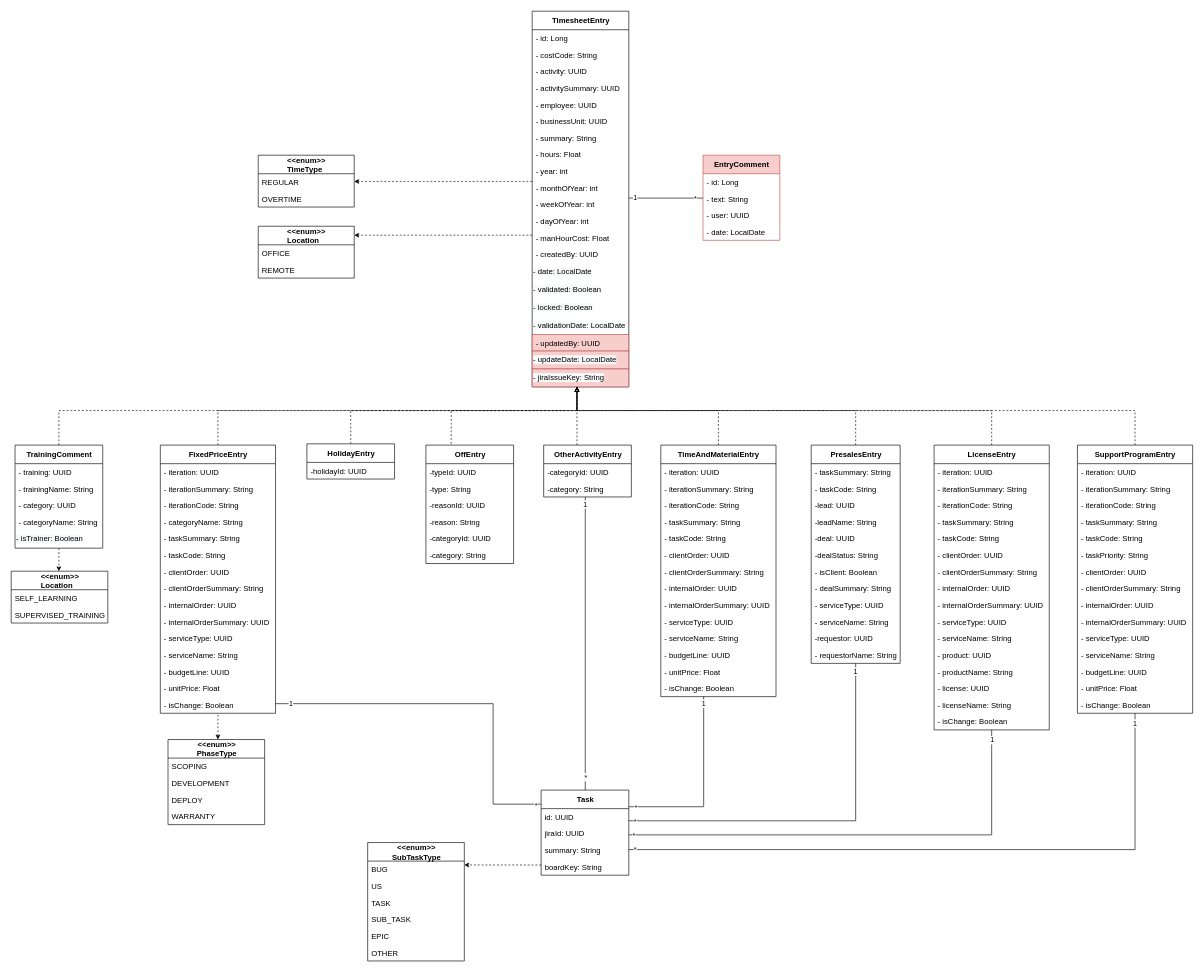
This is Timesheet/_DiagrammeClasseTimesheet.drawio from ZidiMedAmine/UML, a draw.io file, before an edit. Source tidied: cells renumbered, new cells numbered last; positions are measured from the earlier drawing's top-left corner, leaving out a move shared by most shapes. Both pictures are drawn from the tidied source at 64%, with x=0, y=0 at pixel (11, 11).
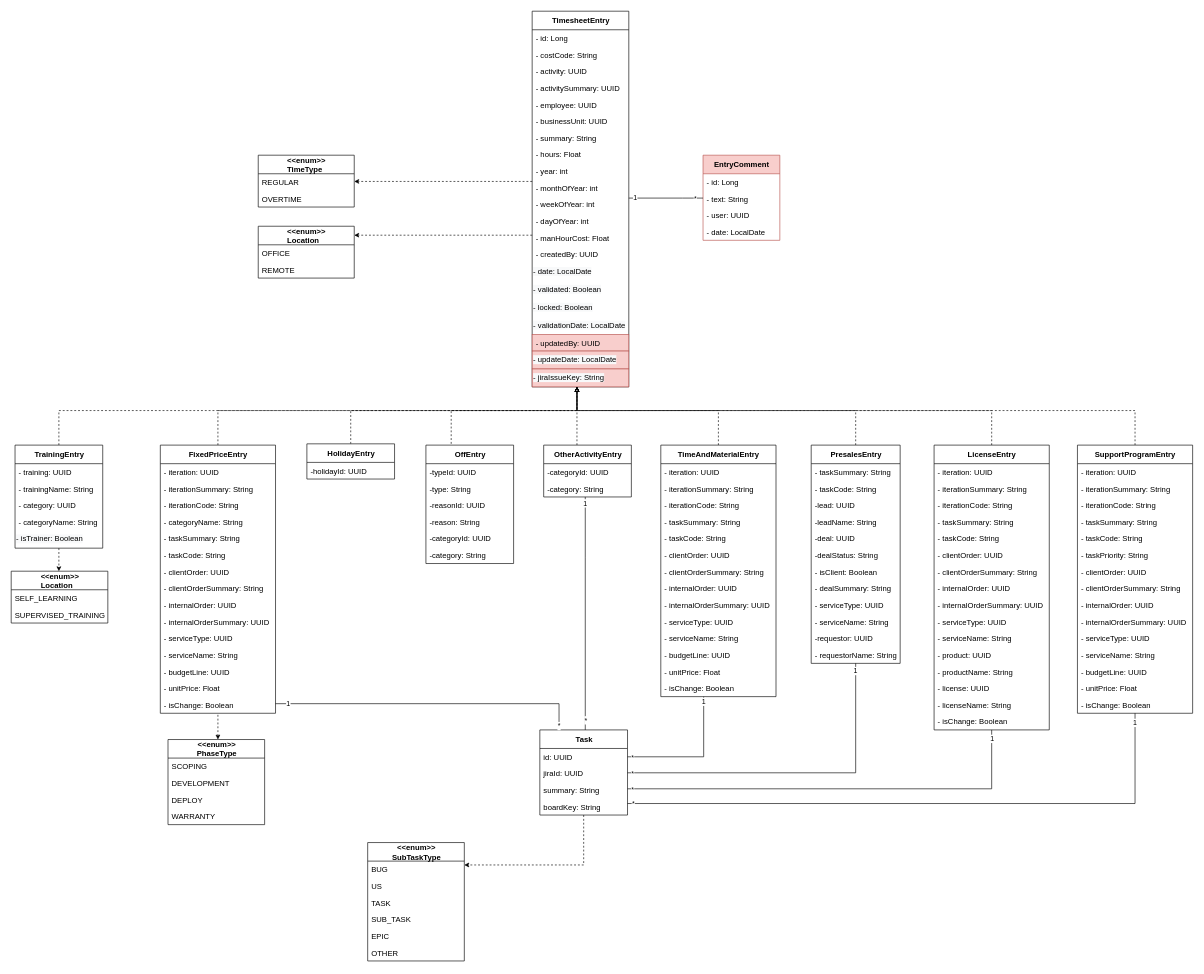
The same page after the edit.

Commit message:
Mettre à jour _DiagrammeClasseTimesheet.drawio

The change refers to these unchanged cells:
```xml
<mxCell id="52" value="&lt;b&gt;FixedPriceEntry&lt;/b&gt;" style="swimlane;fontStyle=0;align=center;verticalAlign=middle;horizontal=1;startSize=29;html=1;fontSize=12;labelPosition=center;verticalLabelPosition=middle;swimlaneLine=1;rounded=0;shadow=0;glass=0;sketch=0;perimeterSpacing=0;" parent="1" vertex="1">
  <mxGeometry x="233" y="678" width="180" height="419" as="geometry" />
</mxCell>
<mxCell id="89" value="&lt;b&gt;TimeAndMaterialEntry&lt;/b&gt;" style="swimlane;fontStyle=0;align=center;verticalAlign=middle;horizontal=1;startSize=29;html=1;fontSize=12;labelPosition=center;verticalLabelPosition=middle;swimlaneLine=1;rounded=0;shadow=0;glass=0;sketch=0;perimeterSpacing=0;" parent="1" vertex="1">
  <mxGeometry x="1015" y="678" width="180" height="393" as="geometry" />
</mxCell>
<mxCell id="105" value="&lt;div style=&quot;text-align: left&quot;&gt;&lt;b&gt;PresalesEntry&lt;/b&gt;&lt;br&gt;&lt;/div&gt;" style="swimlane;fontStyle=0;align=center;verticalAlign=middle;horizontal=1;startSize=29;html=1;fontSize=12;labelPosition=center;verticalLabelPosition=middle;swimlaneLine=1;rounded=0;shadow=0;glass=0;sketch=0;perimeterSpacing=0;" parent="1" vertex="1">
  <mxGeometry x="1250" y="678" width="139" height="341" as="geometry" />
</mxCell>
<mxCell id="119" value="&lt;b&gt;LicenseEntry&lt;/b&gt;" style="swimlane;fontStyle=0;align=center;verticalAlign=middle;horizontal=1;startSize=29;html=1;fontSize=12;labelPosition=center;verticalLabelPosition=middle;swimlaneLine=1;rounded=0;shadow=0;glass=0;sketch=0;perimeterSpacing=0;" parent="1" vertex="1">
  <mxGeometry x="1442" y="678" width="180" height="445" as="geometry" />
</mxCell>
<mxCell id="137" value="&lt;b&gt;SupportProgramEntry&lt;/b&gt;" style="swimlane;fontStyle=0;align=center;verticalAlign=middle;horizontal=1;startSize=29;html=1;fontSize=12;labelPosition=center;verticalLabelPosition=middle;swimlaneLine=1;rounded=0;shadow=0;glass=0;sketch=0;perimeterSpacing=0;" parent="1" vertex="1">
  <mxGeometry x="1666" y="678" width="180" height="419" as="geometry" />
</mxCell>
```

Diff of the diagram source:
```diff
@@
-    <mxCell id="41" value="&lt;b&gt;TrainingComment&lt;/b&gt;" style="swimlane;fontStyle=0;align=center;verticalAlign=middle;horizontal=1;startSize=29;html=1;fontSize=12;labelPosition=center;verticalLabelPosition=middle;swimlaneLine=1;rounded=0;shadow=0;glass=0;sketch=0;perimeterSpacing=0;" parent="1" vertex="1">
+    <mxCell id="41" value="&lt;b&gt;TrainingEntry&lt;/b&gt;" style="swimlane;fontStyle=0;align=center;verticalAlign=middle;horizontal=1;startSize=29;html=1;fontSize=12;labelPosition=center;verticalLabelPosition=middle;swimlaneLine=1;rounded=0;shadow=0;glass=0;sketch=0;perimeterSpacing=0;" parent="1" vertex="1">
       <mxGeometry x="6" y="678" width="137" height="161" as="geometry" />
     </mxCell>
@@
     <mxCell id="154" value="&lt;div style=&quot;text-align: left&quot;&gt;&lt;b&gt;Task&lt;/b&gt;&lt;/div&gt;" style="swimlane;fontStyle=0;align=center;verticalAlign=middle;horizontal=1;startSize=29;html=1;fontSize=12;labelPosition=center;verticalLabelPosition=middle;swimlaneLine=1;rounded=0;shadow=0;glass=0;sketch=0;perimeterSpacing=0;" parent="1" vertex="1">
-      <mxGeometry x="828" y="1217" width="137" height="133" as="geometry" />
+      <mxGeometry x="826" y="1123" width="137" height="133" as="geometry" />
     </mxCell>
@@
     <mxCell id="170" style="edgeStyle=orthogonalEdgeStyle;rounded=0;jettySize=auto;html=1;startArrow=none;startFill=0;endArrow=none;endFill=0;startSize=5;endSize=5;" parent="1" edge="1" source="52" target="154">
       <mxGeometry relative="1" as="geometry">
         <Array as="points">
-          <mxPoint x="753" y="1082" />
-          <mxPoint x="753" y="1239" />
+          <mxPoint x="856" y="1082" />
         </Array>
       </mxGeometry>
     </mxCell>
@@
     <mxCell id="173" style="edgeStyle=orthogonalEdgeStyle;rounded=0;jettySize=auto;html=1;startArrow=none;startFill=0;endArrow=none;endFill=0;startSize=5;endSize=5;" parent="1" edge="1" source="89" target="154">
       <mxGeometry relative="1" as="geometry">
         <Array as="points">
-          <mxPoint x="1082" y="1243" />
+          <mxPoint x="1082" y="1165" />
         </Array>
       </mxGeometry>
     </mxCell>
@@
     <mxCell id="176" style="edgeStyle=orthogonalEdgeStyle;rounded=0;jettySize=auto;html=1;startArrow=none;startFill=0;endArrow=none;endFill=0;startSize=5;endSize=5;" parent="1" edge="1" source="105" target="154">
       <mxGeometry relative="1" as="geometry">
         <Array as="points">
-          <mxPoint x="1319" y="1265" />
+          <mxPoint x="1320" y="1190" />
         </Array>
       </mxGeometry>
     </mxCell>
@@
     <mxCell id="179" style="edgeStyle=orthogonalEdgeStyle;rounded=0;jettySize=auto;html=1;startArrow=none;startFill=0;endArrow=none;endFill=0;startSize=5;endSize=5;" parent="1" edge="1" source="119" target="154">
       <mxGeometry relative="1" as="geometry">
         <Array as="points">
-          <mxPoint x="1532" y="1287" />
+          <mxPoint x="1532" y="1215" />
         </Array>
       </mxGeometry>
     </mxCell>
@@
     <mxCell id="182" style="edgeStyle=orthogonalEdgeStyle;rounded=0;jettySize=auto;html=1;startArrow=none;startFill=0;endArrow=none;endFill=0;startSize=5;endSize=5;" parent="1" edge="1" source="137" target="154">
       <mxGeometry relative="1" as="geometry">
         <Array as="points">
-          <mxPoint x="1756" y="1310" />
+          <mxPoint x="1756" y="1238" />
         </Array>
       </mxGeometry>
     </mxCell>
```
